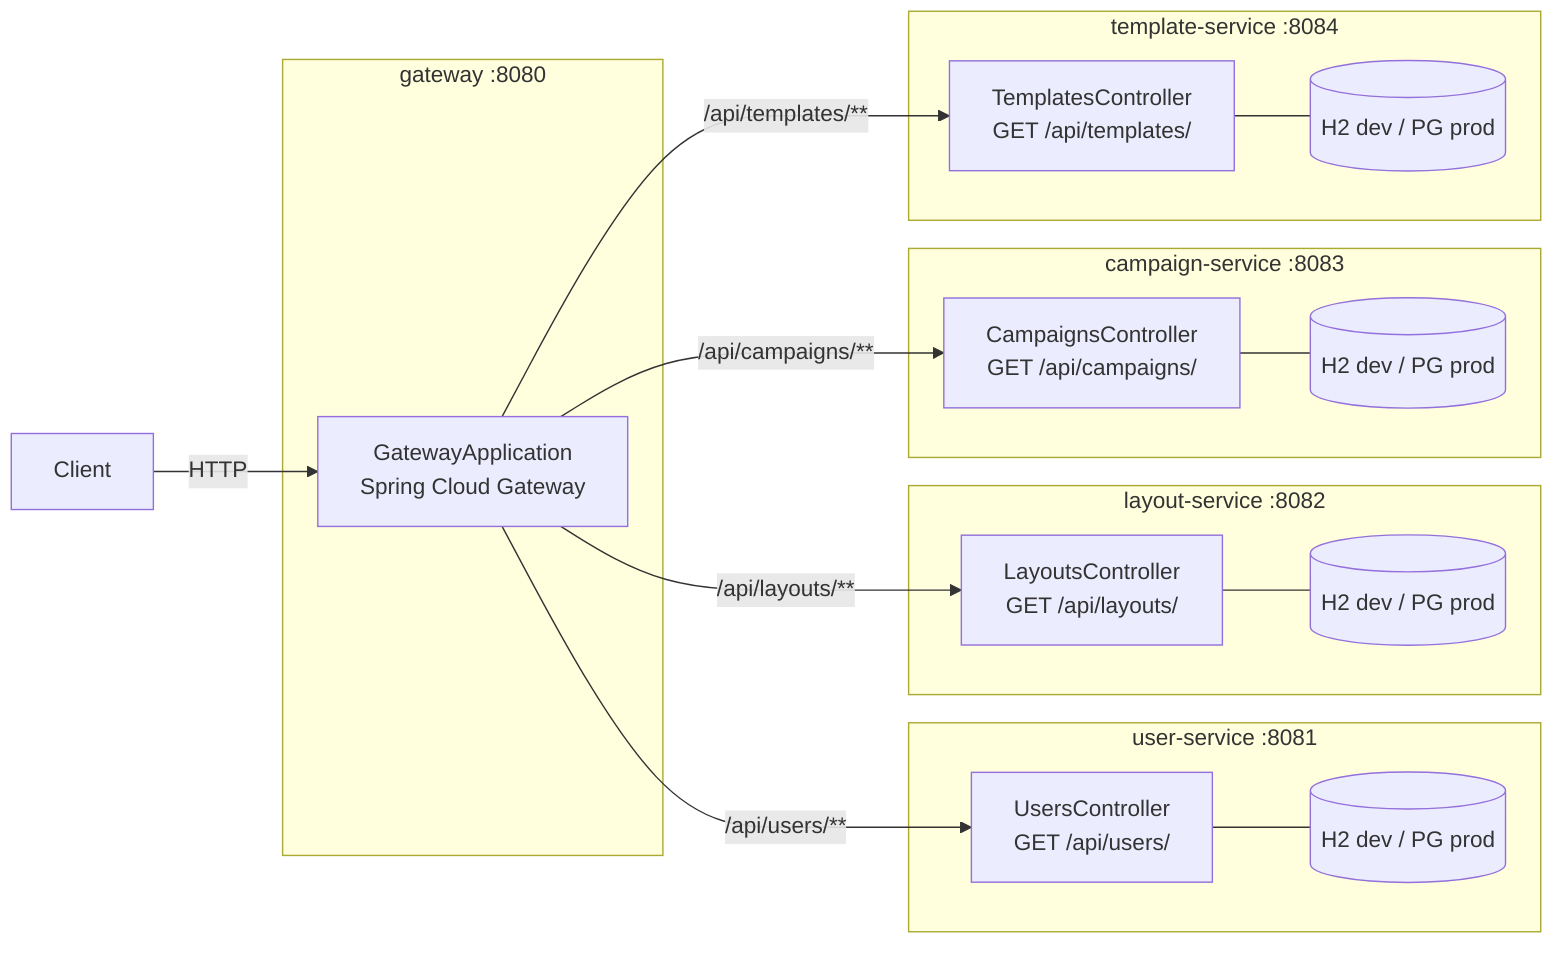
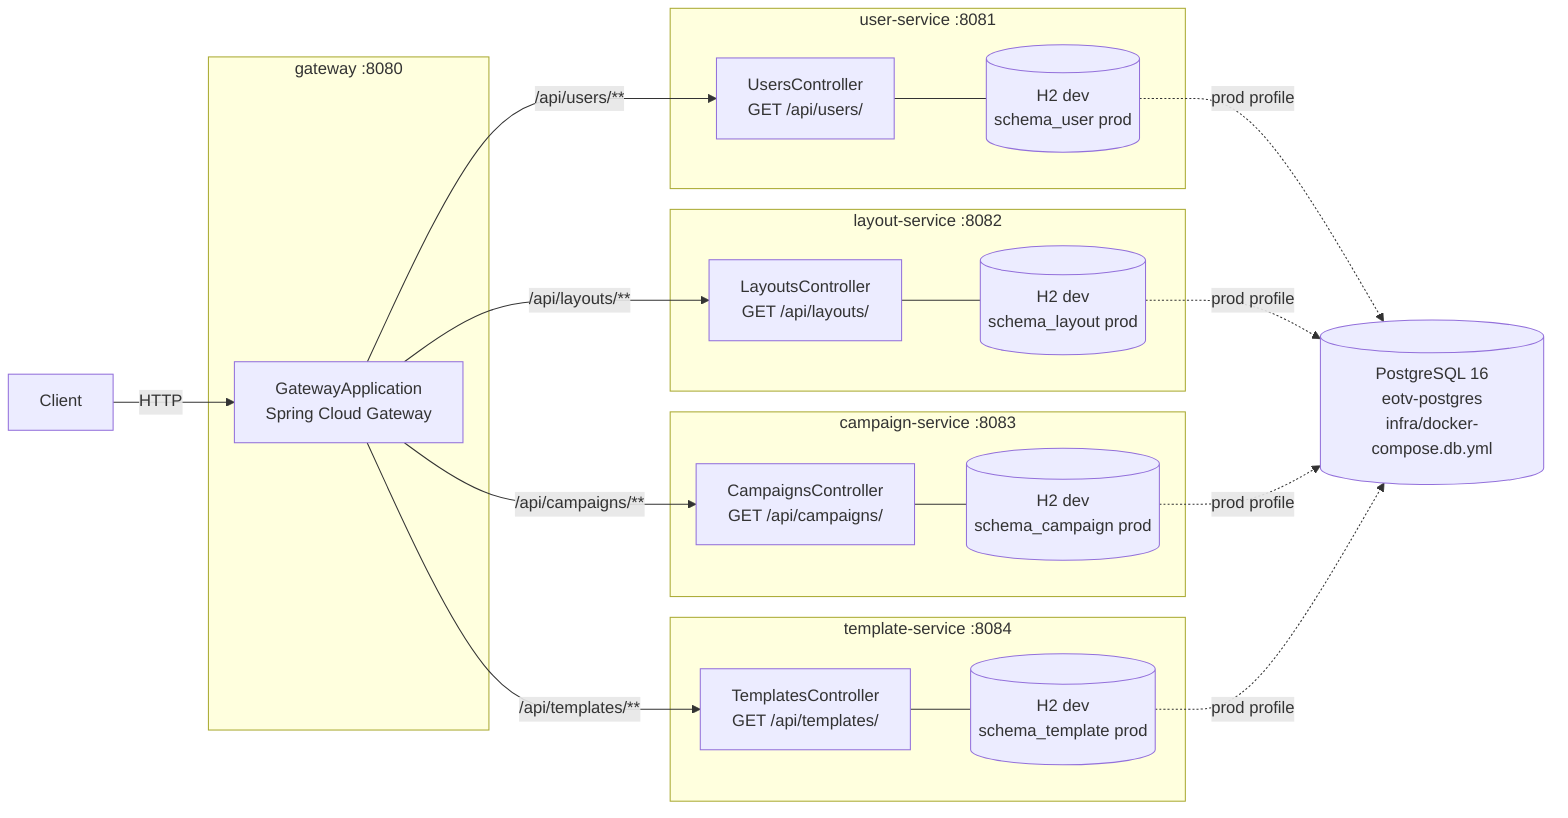
graph LR
    Client["Client"]

    subgraph GW ["gateway :8080"]
        Gateway["GatewayApplication\nSpring Cloud Gateway"]
    end

    subgraph US ["user-service :8081"]
        UC["UsersController\nGET /api/users/"]
-         UDB[("H2 dev / PG prod")]
+         UDB[("H2 dev\nschema_user prod")]
    end

    subgraph LS ["layout-service :8082"]
        LC["LayoutsController\nGET /api/layouts/"]
-         LDB[("H2 dev / PG prod")]
+         LDB[("H2 dev\nschema_layout prod")]
    end

    subgraph CS ["campaign-service :8083"]
        CC["CampaignsController\nGET /api/campaigns/"]
-         CDB[("H2 dev / PG prod")]
+         CDB[("H2 dev\nschema_campaign prod")]
    end

    subgraph TS ["template-service :8084"]
        TC["TemplatesController\nGET /api/templates/"]
-         TDB[("H2 dev / PG prod")]
+         TDB[("H2 dev\nschema_template prod")]
    end
+ 
+     PG[("PostgreSQL 16\neotv-postgres\ninfra/docker-compose.db.yml")]

    Client -->|"HTTP"| Gateway
    Gateway -->|"/api/users/**"| UC
    Gateway -->|"/api/layouts/**"| LC
    Gateway -->|"/api/campaigns/**"| CC
    Gateway -->|"/api/templates/**"| TC
    UC --- UDB
    LC --- LDB
    CC --- CDB
    TC --- TDB
+     UDB -.->|"prod profile"| PG
+     LDB -.->|"prod profile"| PG
+     CDB -.->|"prod profile"| PG
+     TDB -.->|"prod profile"| PG
